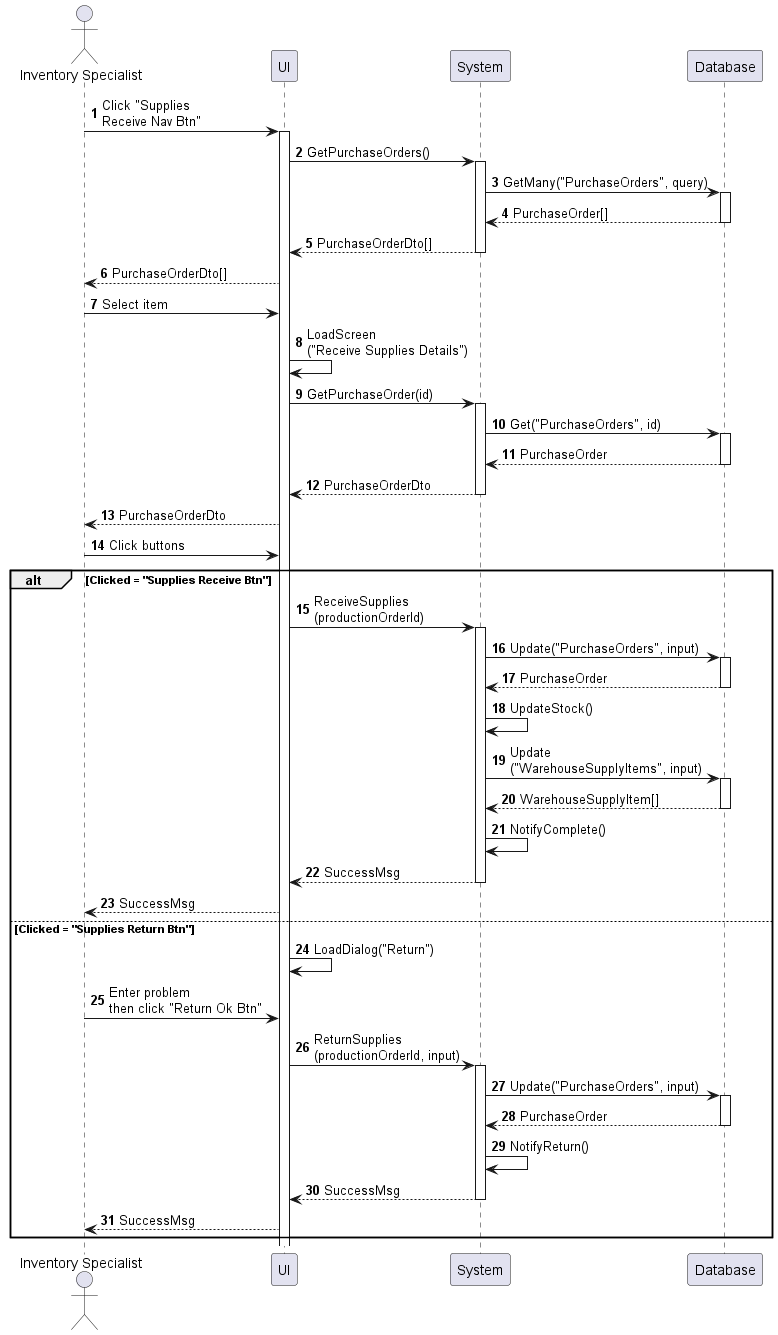
The PlantUML diagram sequences/inventory-supply-receive.png in phihungha/scmss-reqs, before a commit.
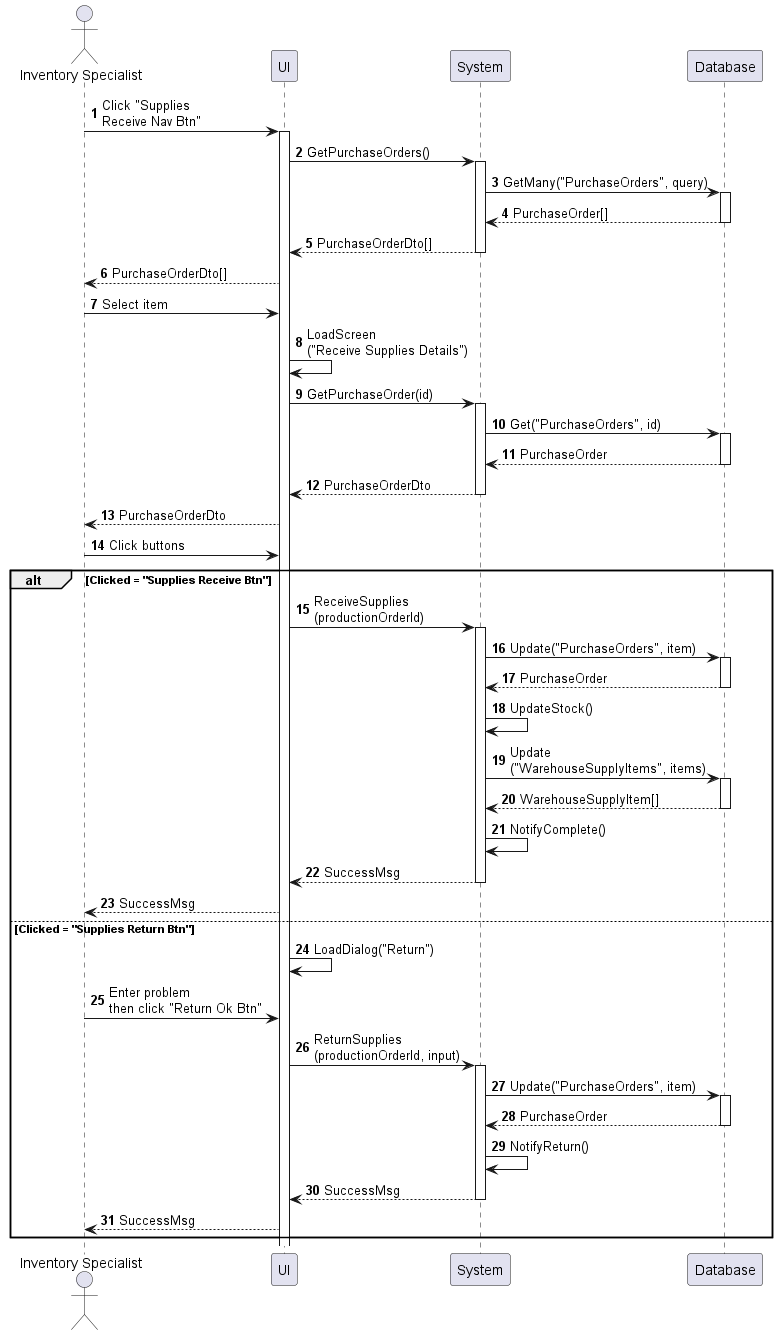
The same file after the commit.

The edit, as a diff of the source:
```diff
@@ -29,11 +29,11 @@
 alt Clicked = "Supplies Receive Btn"
     f -> b : ReceiveSupplies\n(productionOrderId)
     activate b
-    b -> d : Update("PurchaseOrders", input)
+    b -> d : Update("PurchaseOrders", item)
     activate d
     return PurchaseOrder
     b -> b : UpdateStock()
-    b -> d : Update\n("WarehouseSupplyItems", input)
+    b -> d : Update\n("WarehouseSupplyItems", items)
     activate d
     return WarehouseSupplyItem[]
     b -> b : NotifyComplete()
@@ -44,7 +44,7 @@
     a -> f : Enter problem\nthen click "Return Ok Btn"
     f -> b : ReturnSupplies\n(productionOrderId, input)
     activate b
-    b -> d : Update("PurchaseOrders", input)
+    b -> d : Update("PurchaseOrders", item)
     activate d
     return PurchaseOrder
     b -> b : NotifyReturn()
```
